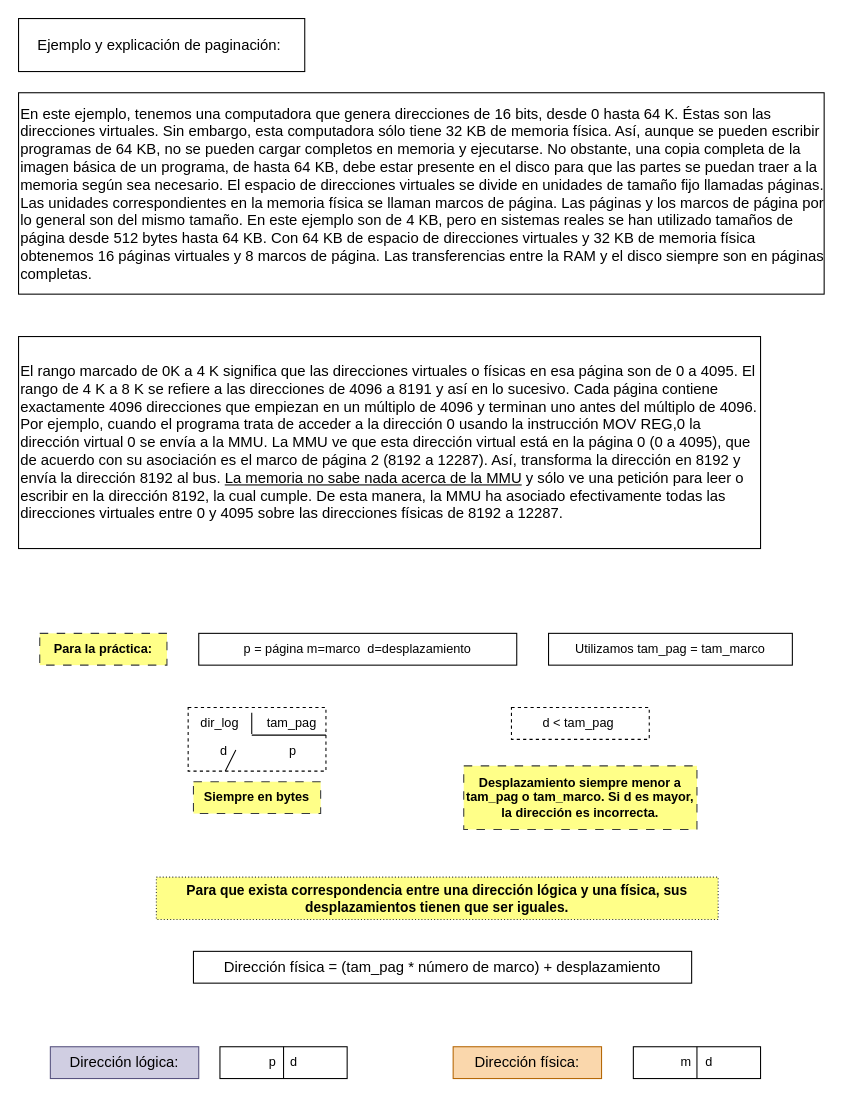
Before: page "Página-2" (3 of 4) of Sistemas Operativos 1/Clase 5 - Administración de memoria.drawio in RMSabrina/Apuntes-Universitarios, a draw.io diagram. Source tidied: cells renumbered, new cells numbered last; positions are measured from the earlier drawing's top-left corner, leaving out a move shared by most shapes. Both pictures are drawn from the tidied source at 106%, with x=0, y=0 at pixel (18, 18).
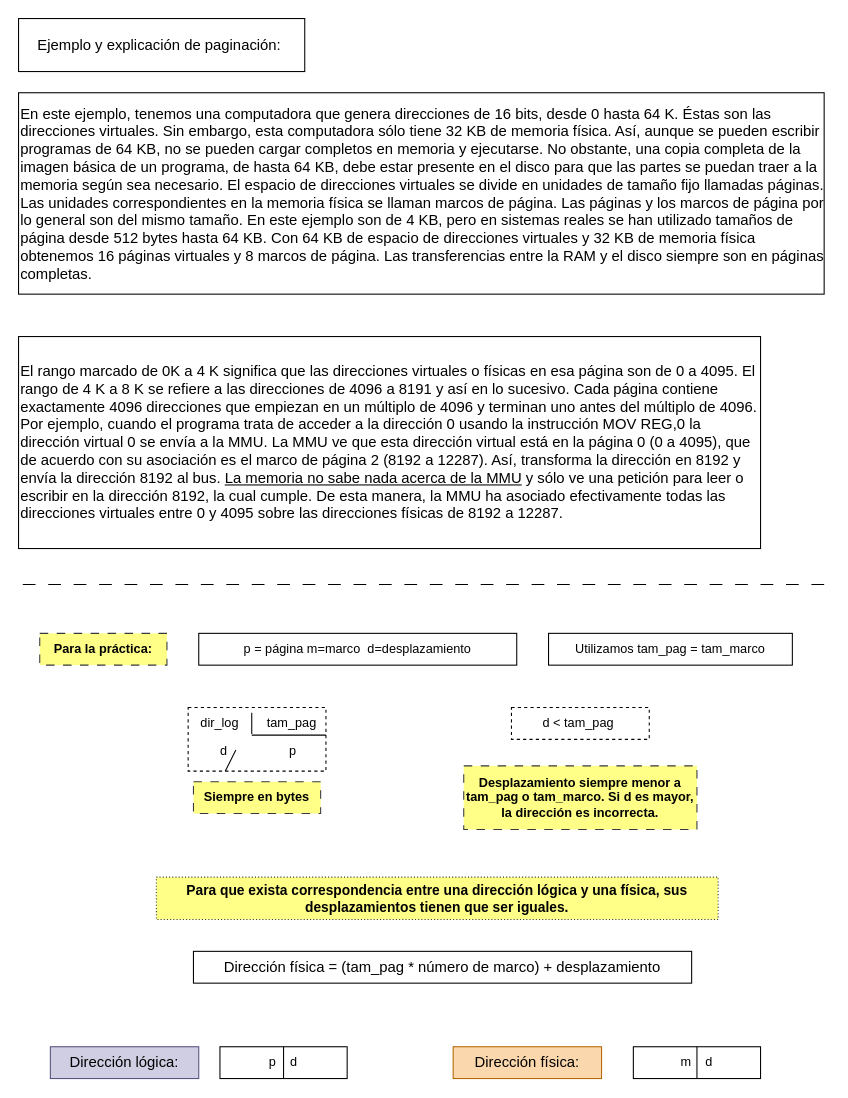
Above is the later version.

Diff of the diagram source:
```diff
@@
+    <mxCell id="27" style="endArrow=none;html=1;rounded=0;dashed=1;dashPattern=12 12;" parent="1" edge="1">
+      <mxGeometry relative="1" as="geometry">
+        <mxPoint x="4" y="534" as="sourcePoint" />
+        <mxPoint x="764" y="534" as="targetPoint" />
+      </mxGeometry>
+    </mxCell>
```
